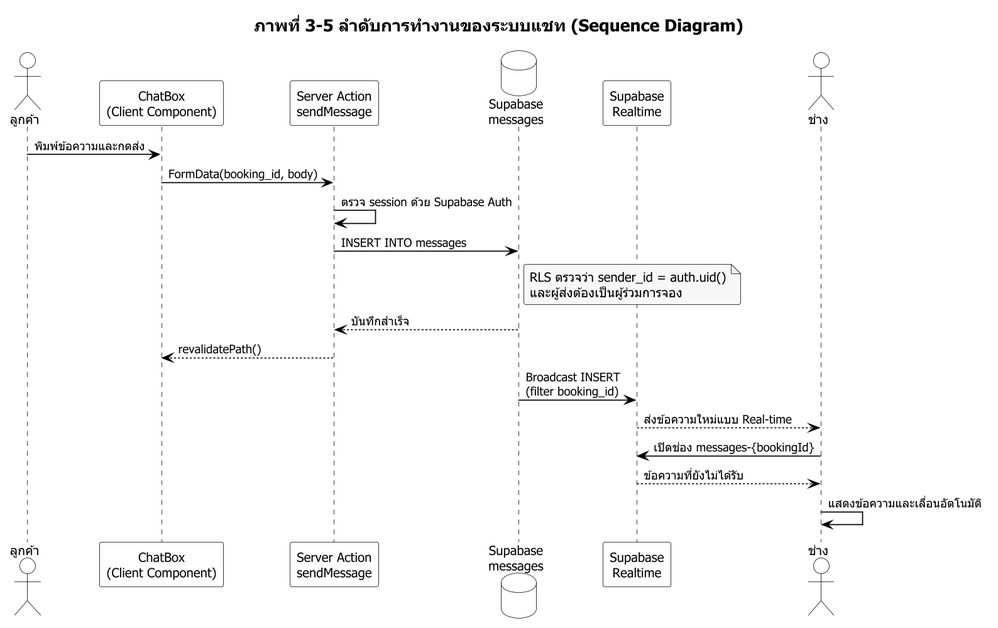
Earlier version of the PlantUML export docs/diagrams/05-chat-sequence.png (sarunyu-d-commits/Fasthelpservice).
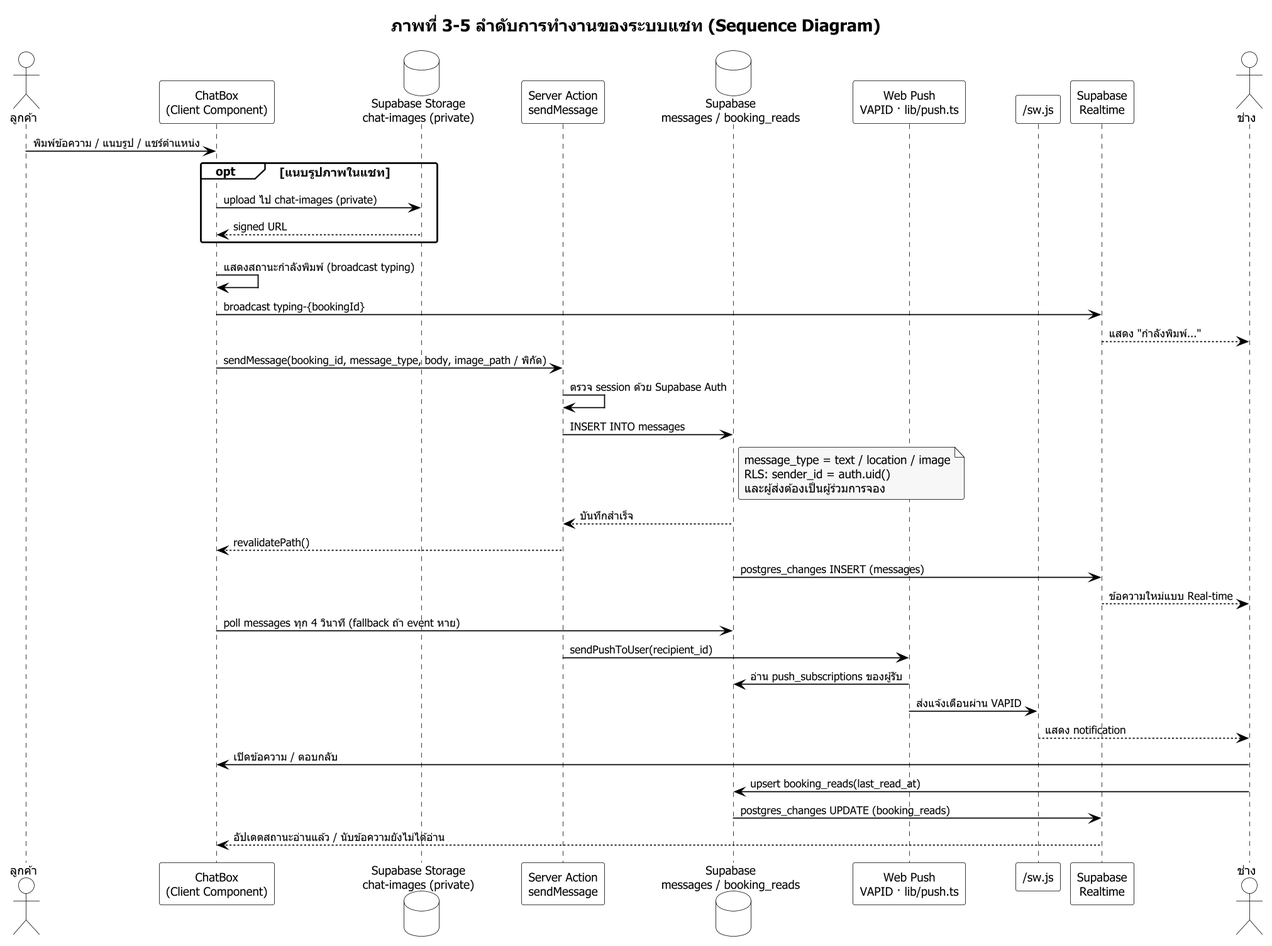
After the commit.

Change to the diagram source:
```diff
@@ -4,14 +4,14 @@
 skinparam backgroundColor #FFFFFF
 skinparam defaultFontName Tahoma
 skinparam defaultFontColor #000000
-skinparam defaultFontSize 13
+skinparam defaultFontSize 12
 skinparam dpi 150
 skinparam shadowing false
 skinparam roundcorner 4
 skinparam ArrowColor #000000
 skinparam ArrowThickness 1.1
 skinparam ArrowFontColor #000000
-skinparam ArrowFontSize 12
+skinparam ArrowFontSize 11
 skinparam titleFontSize 17
 skinparam titleFontColor #000000
 skinparam participantBackgroundColor #FFFFFF
@@ -19,7 +19,6 @@
 skinparam participantFontColor #000000
 skinparam actorBackgroundColor #FFFFFF
 skinparam actorBorderColor #000000
-skinparam actorFontColor #000000
 skinparam databaseBackgroundColor #FFFFFF
 skinparam databaseBorderColor #000000
 skinparam sequenceLifeLineBorderColor #000000
@@ -30,25 +29,42 @@
 
 actor "ลูกค้า" as Customer
 participant "ChatBox\n(Client Component)" as UI
+database "Supabase Storage\nchat-images (private)" as Store
 participant "Server Action\nsendMessage" as Action
-database "Supabase\nmessages" as DB
+database "Supabase\nmessages / booking_reads" as DB
+participant "Web Push\nVAPID · lib/push.ts" as Push
+participant "/sw.js" as SW
 participant "Supabase\nRealtime" as RT
 actor "ช่าง" as Provider
 
-Customer -> UI : พิมพ์ข้อความและกดส่ง
-UI -> Action : FormData(booking_id, body)
+Customer -> UI : พิมพ์ข้อความ / แนบรูป / แชร์ตำแหน่ง
+opt แนบรูปภาพในแชท
+  UI -> Store : upload ไป chat-images (private)
+  Store --> UI : signed URL
+end
+UI -> UI : แสดงสถานะกำลังพิมพ์ (broadcast typing)
+UI -> RT : broadcast typing-{bookingId}
+RT --> Provider : แสดง "กำลังพิมพ์..."
+UI -> Action : sendMessage(booking_id, message_type, body, image_path / พิกัด)
 Action -> Action : ตรวจ session ด้วย Supabase Auth
 Action -> DB : INSERT INTO messages
 note right of DB
-  RLS ตรวจว่า sender_id = auth.uid()
+  message_type = text / location / image
+  RLS: sender_id = auth.uid()
   และผู้ส่งต้องเป็นผู้ร่วมการจอง
 end note
 DB --> Action : บันทึกสำเร็จ
 Action --> UI : revalidatePath()
-DB -> RT : Broadcast INSERT\n(filter booking_id)
-RT --> Provider : ส่งข้อความใหม่แบบ Real-time
-Provider -> RT : เปิดช่อง messages-{bookingId}
-RT --> Provider : ข้อความที่ยังไม่ได้รับ
-Provider -> Provider : แสดงข้อความและเลื่อนอัตโนมัติ
+DB -> RT : postgres_changes INSERT (messages)
+RT --> Provider : ข้อความใหม่แบบ Real-time
+UI -> DB : poll messages ทุก 4 วินาที (fallback ถ้า event หาย)
+Action -> Push : sendPushToUser(recipient_id)
+Push -> DB : อ่าน push_subscriptions ของผู้รับ
+Push -> SW : ส่งแจ้งเตือนผ่าน VAPID
+SW --> Provider : แสดง notification
+Provider -> UI : เปิดข้อความ / ตอบกลับ
+Provider -> DB : upsert booking_reads(last_read_at)
+DB -> RT : postgres_changes UPDATE (booking_reads)
+RT --> UI : อัปเดตสถานะอ่านแล้ว / นับข้อความยังไม่ได้อ่าน
 
 @enduml
```
